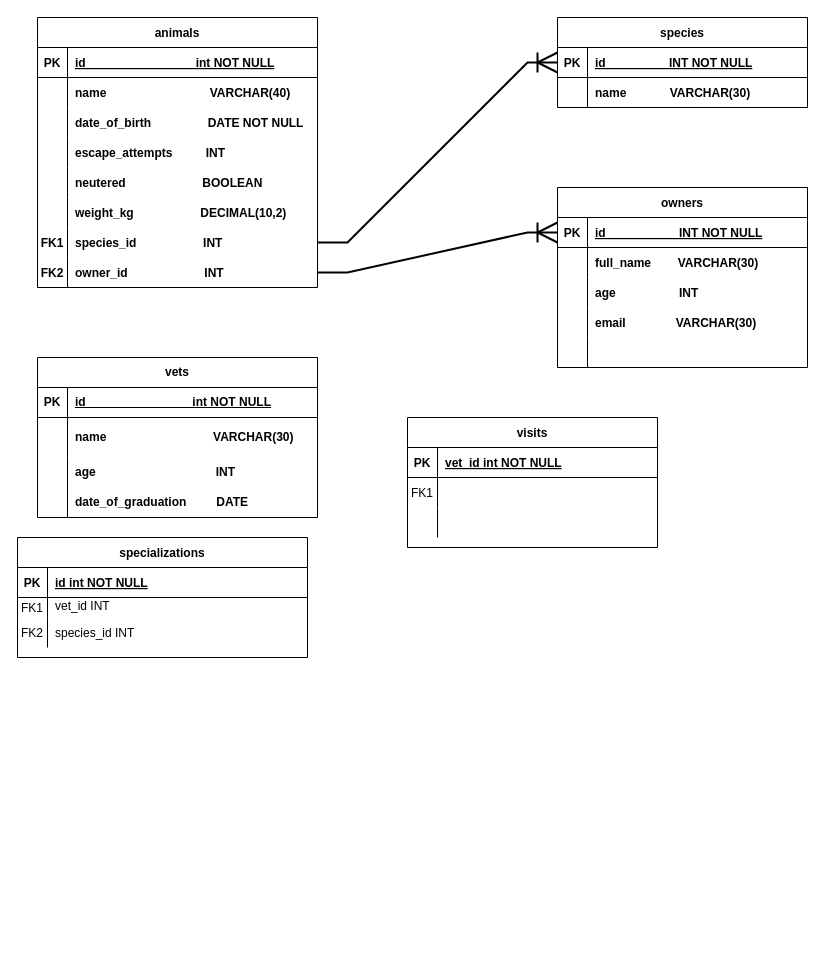
Earlier version of the draw.io diagram Untitled Diagram.drawio (mpa-mxiang/vet-clinic). Source tidied: cells renumbered, new cells numbered last; positions are measured from the earlier drawing's top-left corner, leaving out a move shared by most shapes. Both pictures are drawn from the tidied source at 100%, with x=0, y=0 at pixel (17, 17).
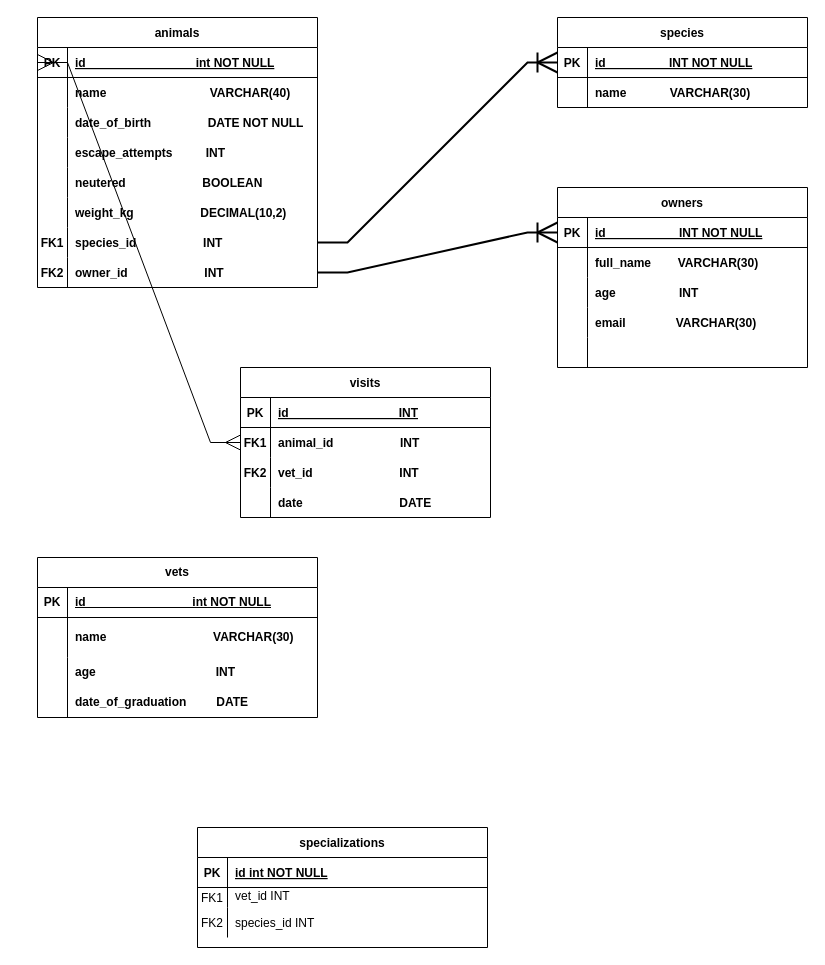
After the change.

Commit message:
many to many with animals and visits

The change refers to these unchanged cells:
```xml
<mxCell id="26" style="shape=partialRectangle;fillColor=none;points=[[0,0.5],[1,0.5]];portConstraint=eastwest;top=0;left=0;right=0;bottom=1;" parent="25" vertex="1">
  <mxGeometry y="30" width="280" height="30" as="geometry" />
</mxCell>
<mxCell id="61" style="shape=partialRectangle;fillColor=none;top=0;left=0;right=0;bottom=1;" parent="60" vertex="1">
  <mxGeometry y="30" width="250" height="30" as="geometry" />
</mxCell>
<mxCell id="64" style="shape=partialRectangle;fillColor=none;points=[[0,0.5],[1,0.5]];portConstraint=eastwest;top=0;left=0;right=0;bottom=0;" parent="60" vertex="1">
  <mxGeometry y="60" width="250" height="30" as="geometry" />
</mxCell>
<mxCell id="67" style="shape=partialRectangle;fillColor=none;top=0;left=0;right=0;bottom=0;" parent="60" vertex="1">
  <mxGeometry y="90" width="250" height="30" as="geometry" />
</mxCell>
```

Diff of the diagram source:
```diff
@@
     <mxCell id="50" value="specializations" style="shape=table;startSize=30;childLayout=tableLayout;rowLines=0;fontStyle=1;align=center;" parent="1" vertex="1">
-      <mxGeometry y="520" width="290" height="120" as="geometry" />
+      <mxGeometry x="180" y="810" width="290" height="120" as="geometry" />
     </mxCell>
@@
     <mxCell id="60" value="visits" style="shape=table;startSize=30;childLayout=tableLayout;rowLines=0;fontStyle=1;align=center;" parent="1" vertex="1">
-      <mxGeometry x="390" y="400" width="250" height="130" as="geometry" />
+      <mxGeometry x="223" y="350" width="250" height="150" as="geometry" />
     </mxCell>
@@
-    <mxCell id="63" value="vet_id int NOT NULL " style="shape=partialRectangle;overflow=hidden;fillColor=none;top=0;left=0;bottom=0;right=0;align=left;spacingLeft=6;fontStyle=5;" parent="61" vertex="1">
+    <mxCell id="63" value="id                                 INT" style="shape=partialRectangle;overflow=hidden;fillColor=none;top=0;left=0;bottom=0;right=0;align=left;spacingLeft=6;fontStyle=5;" parent="61" vertex="1">
       <mxGeometry x="30" width="220" height="30" as="geometry" />
     </mxCell>
@@
-    <mxCell id="65" value="FK1" style="shape=partialRectangle;overflow=hidden;fillColor=none;top=0;left=0;bottom=0;right=0;" parent="64" vertex="1">
+    <mxCell id="65" value="FK1" style="shape=partialRectangle;overflow=hidden;fillColor=none;top=0;left=0;bottom=0;right=0;fontStyle=1;" parent="64" vertex="1">
       <mxGeometry width="30" height="30" as="geometry" />
     </mxCell>
-    <mxCell id="66" style="shape=partialRectangle;overflow=hidden;fillColor=none;top=0;left=0;bottom=0;right=0;align=left;spacingLeft=6;" parent="64" vertex="1">
+    <mxCell id="66" value="animal_id                    INT" style="shape=partialRectangle;overflow=hidden;fillColor=none;top=0;left=0;bottom=0;right=0;align=left;spacingLeft=6;fontStyle=1;" parent="64" vertex="1">
       <mxGeometry x="30" width="220" height="30" as="geometry" />
     </mxCell>
@@
+    <mxCell id="86" value="FK2" style="shape=partialRectangle;overflow=hidden;fillColor=none;top=0;left=0;bottom=0;right=0;fontStyle=1;" parent="67" vertex="1">
+      <mxGeometry width="30" height="30" as="geometry" />
+    </mxCell>
+    <mxCell id="87" value="vet_id                          INT" style="shape=partialRectangle;overflow=hidden;fillColor=none;top=0;left=0;bottom=0;right=0;align=left;spacingLeft=6;fontStyle=1;" parent="67" vertex="1">
+      <mxGeometry x="30" width="220" height="30" as="geometry" />
+    </mxCell>
+    <mxCell id="88" style="shape=partialRectangle;fillColor=none;top=0;left=0;right=0;bottom=0;" parent="60" vertex="1">
+      <mxGeometry y="120" width="250" height="30" as="geometry" />
+    </mxCell>
-    <mxCell id="68" style="shape=partialRectangle;overflow=hidden;fillColor=none;top=0;left=0;bottom=0;right=0;" parent="67" vertex="1">
+    <mxCell id="68" style="shape=partialRectangle;overflow=hidden;fillColor=none;top=0;left=0;bottom=0;right=0;" parent="88" vertex="1">
       <mxGeometry width="30" height="30" as="geometry" />
     </mxCell>
-    <mxCell id="69" style="shape=partialRectangle;overflow=hidden;fillColor=none;top=0;left=0;bottom=0;right=0;align=left;spacingLeft=6;" parent="67" vertex="1">
-      <mxGeometry x="30" width="220" height="30" as="geometry" />
-    </mxCell>
+    <mxCell id="89" value="date                             DATE" style="shape=partialRectangle;overflow=hidden;fillColor=none;top=0;left=0;bottom=0;right=0;align=left;spacingLeft=6;fontStyle=1;" parent="88" vertex="1">
+      <mxGeometry x="30" width="220" height="30" as="geometry" />
+    </mxCell>
@@
     <mxCell id="72" style="group;" parent="1" vertex="1">
-      <mxGeometry x="20" y="340" width="280" height="160" as="geometry" />
+      <mxGeometry x="20" y="540" width="280" height="160" as="geometry" />
     </mxCell>
@@
+    <mxCell id="90" style="edgeStyle=entityRelationEdgeStyle;fontSize=12;html=1;endArrow=ERmany;startArrow=ERmany;rounded=0;entryX=0;entryY=0.5;entryDx=0;entryDy=0;exitX=0;exitY=0.5;exitDx=0;exitDy=0;endSize=14;startSize=13;" parent="1" edge="1" source="64" target="26">
+      <mxGeometry relative="1" as="geometry">
+        <Array as="points">
+          <mxPoint x="-30" y="340" />
+          <mxPoint x="-20" y="280" />
+        </Array>
+      </mxGeometry>
+    </mxCell>
```
